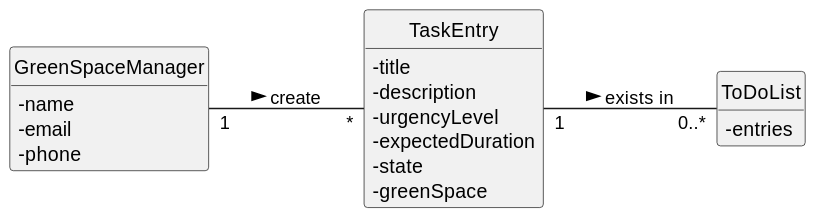
The PlantUML diagram docs/sprintC/us021/02.analysis/svg/us021-domain-model.svg in Departamento-de-Engenharia-Informatica/lei-24-s2-1dkl-g134, before a commit.
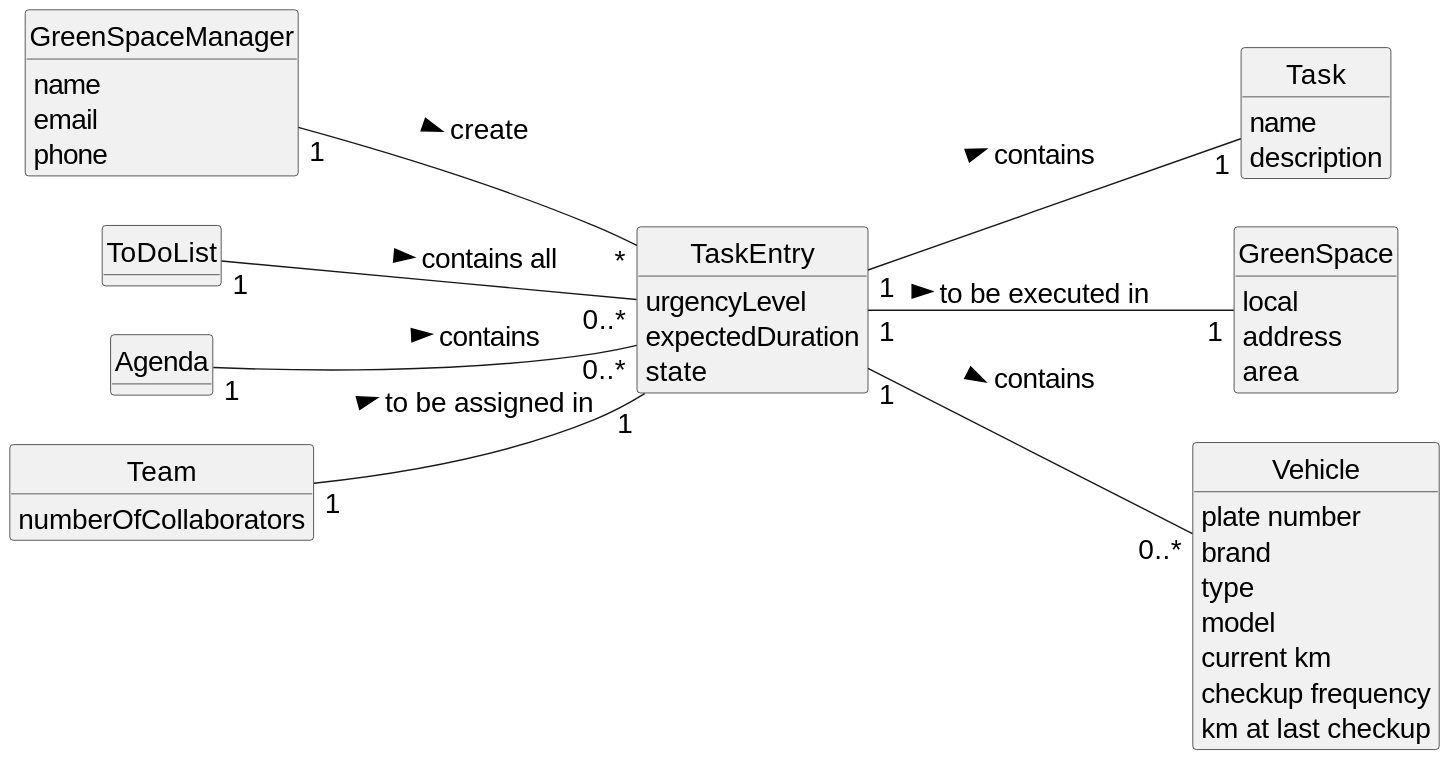
After the change.

Commit message:
US021 Domain Model update

The edit, as a diff of the source:
```diff
@@ -1,4 +1,5 @@
 @startuml
+skinparamlocked defaultFontSize 20
 skinparam monochrome true
 skinparam packageStyle rectangle
 skinparam shadowing false
@@ -11,29 +12,54 @@
 hide methods
 
 
-
-class "TaskEntry" {
-    -title
-    -description
-    -urgencyLevel
-    -expectedDuration
-    -state
-    -greenSpace
+class GreenSpaceManager{
+    name
+    email
+    phone
 }
 
-
-class "GreenSpaceManager"{
-        -name
-        -email
-        -phone
-
+class ToDoList {
 }
 
+class Task {
+    name
+    description
+}
 
-class "ToDoList" {
-    -entries
+class TaskEntry{
+    urgencyLevel
+    expectedDuration
+    state
+}
+
+class Agenda{
+}
+
+class Team {
+    numberOfCollaborators
+}
+
+class GreenSpace{
+    local
+    address
+    area
+}
+
+class Vehicle {
+    plate number
+    brand
+    type
+    model
+    current km
+    checkup frequency
+    km at last checkup
 }
 
 "GreenSpaceManager" "1" -- "*" "TaskEntry" :  create >
-TaskEntry "1" -- "0..*" ToDoList : exists in >
+TaskEntry "1"--"1" Task : contains >
+TaskEntry "1"--"1" GreenSpace : to be executed in >
+Team "1"--"1" TaskEntry : to be assigned in >
+Agenda "1"--"0..*" TaskEntry : contains >
+ToDoList "1"--"0..*" TaskEntry : contains all >
+TaskEntry "1"--"0..*" Vehicle : contains >
 @enduml
```
